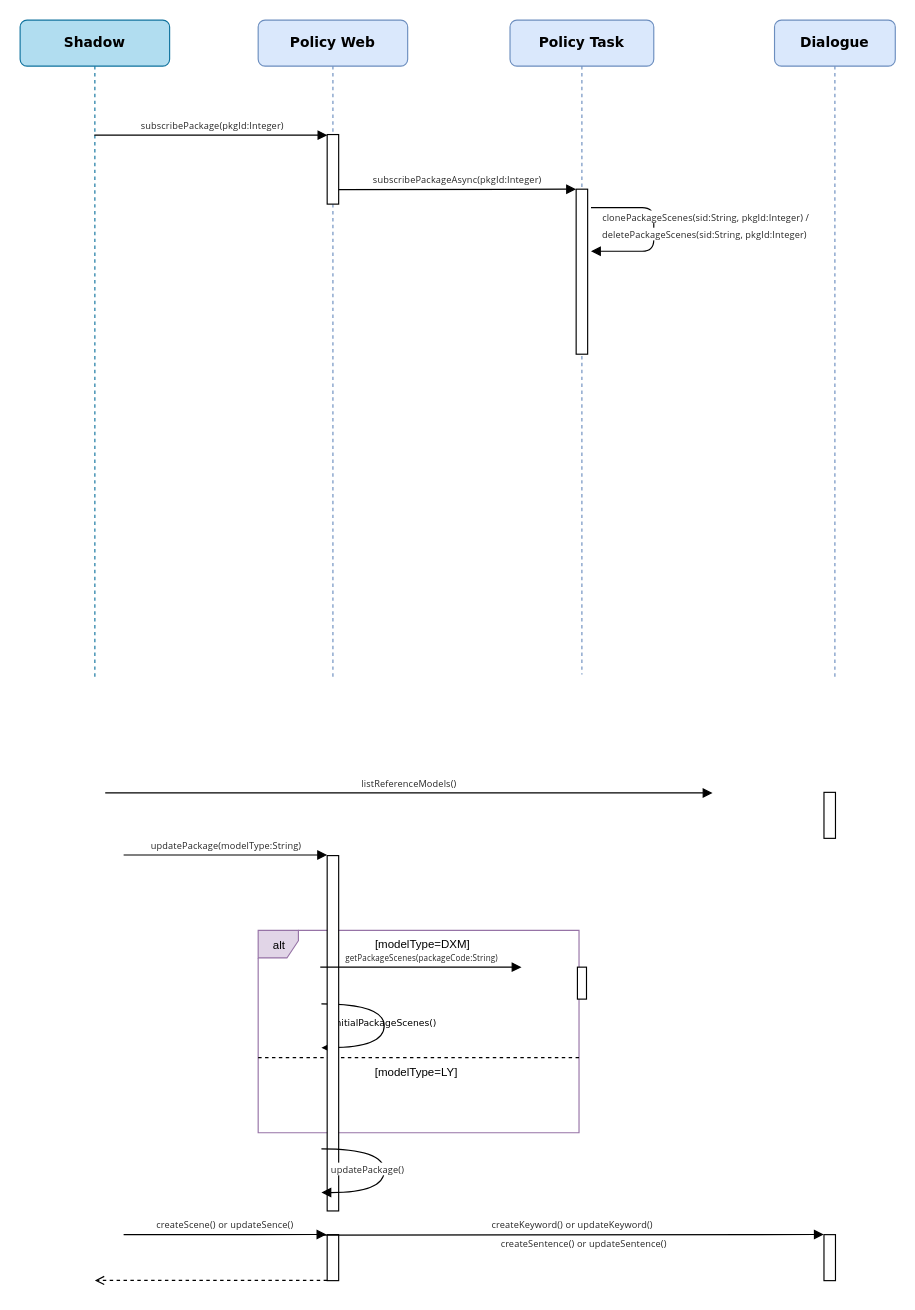
This is leyan/dxm/Sequence Diagram 4.drawio from GeekKwok/UML, a draw.io file, before an edit. Source tidied: cells renumbered, new cells numbered last; positions are measured from the earlier drawing's top-left corner, leaving out a move shared by most shapes. Both pictures are drawn from the tidied source at 115%, with x=0, y=0 at pixel (20, 20).
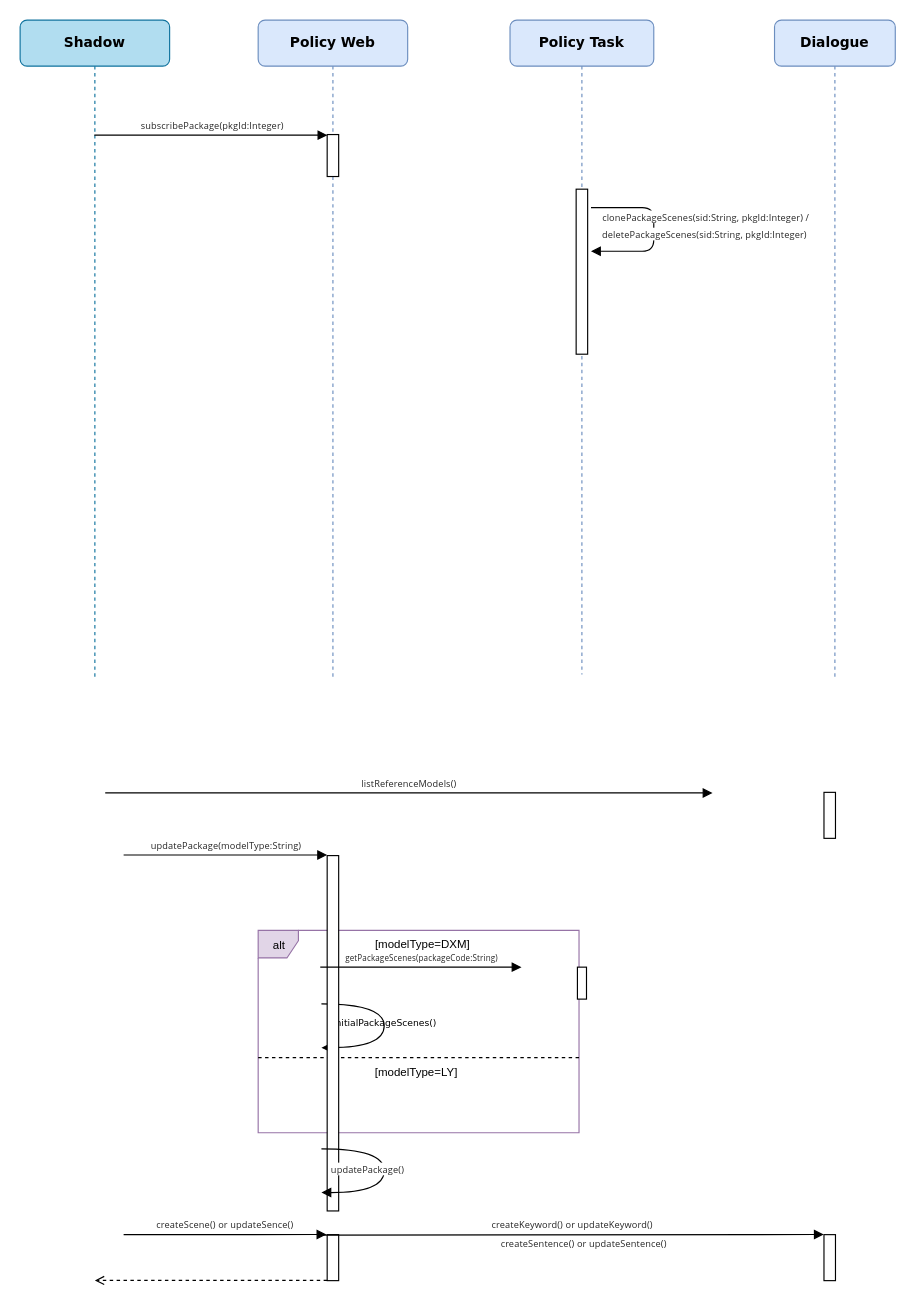
The same page after the edit.

The change refers to these unchanged cells:
```xml
<mxCell id="8" value="&lt;b&gt;Policy Web&lt;/b&gt;" style="shape=umlLifeline;perimeter=lifelinePerimeter;whiteSpace=wrap;html=1;rounded=1;shadow=0;comic=0;labelBackgroundColor=none;strokeWidth=1;fontFamily=Verdana;fontSize=12;align=center;fillColor=#dae8fc;strokeColor=#6c8ebf;" parent="1" vertex="1">
  <mxGeometry x="207" width="130" height="572" as="geometry" />
</mxCell>
<mxCell id="21" style="html=1;points=[];perimeter=orthogonalPerimeter;rounded=0;shadow=0;comic=0;labelBackgroundColor=none;strokeWidth=1;fontFamily=Verdana;fontSize=12;align=center;" parent="19" vertex="1">
  <mxGeometry x="57.5" y="147" width="10" height="143.5" as="geometry" />
</mxCell>
```

The edit, as a diff of the source:
```diff
@@
     <mxCell id="9" style="html=1;points=[];perimeter=orthogonalPerimeter;rounded=0;shadow=0;comic=0;labelBackgroundColor=none;strokeWidth=1;fontFamily=Verdana;fontSize=12;align=center;" parent="8" vertex="1">
-      <mxGeometry x="60" y="99.5" width="10" height="60.5" as="geometry" />
+      <mxGeometry x="60" y="99.5" width="10" height="36.5" as="geometry" />
     </mxCell>
@@
-    <mxCell id="28" value="&lt;font color=&quot;#262626&quot; face=&quot;chinese quote, segoe ui, roboto, pingfang sc, hiragino sans gb, microsoft yahei, helvetica neue, helvetica, arial, sans-serif, apple color emoji&quot;&gt;&lt;span style=&quot;font-size: 8px ; letter-spacing: 0.12px ; background-color: rgb(255 , 255 , 255)&quot;&gt;subscribePackageAsync(pkgId:Integer)&lt;/span&gt;&lt;/font&gt;" style="html=1;verticalAlign=bottom;endArrow=block;labelBackgroundColor=none;fontFamily=Verdana;fontSize=12;edgeStyle=elbowEdgeStyle;elbow=vertical;entryX=-0.009;entryY=0.001;entryDx=0;entryDy=0;entryPerimeter=0;exitX=1.014;exitY=0.792;exitDx=0;exitDy=0;exitPerimeter=0;" parent="1" edge="1" source="9" target="21">
-      <mxGeometry relative="1" as="geometry" />
-    </mxCell>
```
